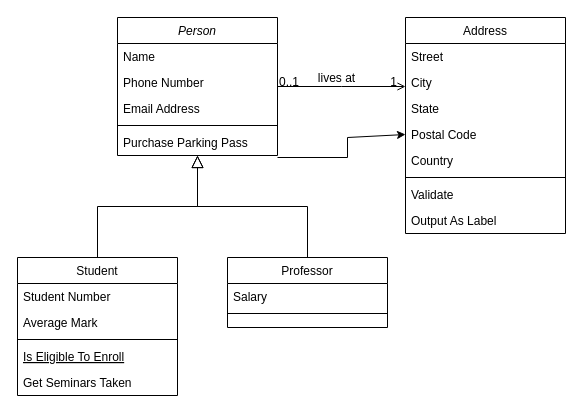
Earlier version of the draw.io diagram Untitled Diagram.drawio (Stavriana/Databases). Source tidied: cells renumbered, new cells numbered last; positions are measured from the earlier drawing's top-left corner, leaving out a move shared by most shapes. Both pictures are drawn from the tidied source at 100%, with x=0, y=0 at pixel (17, 17).
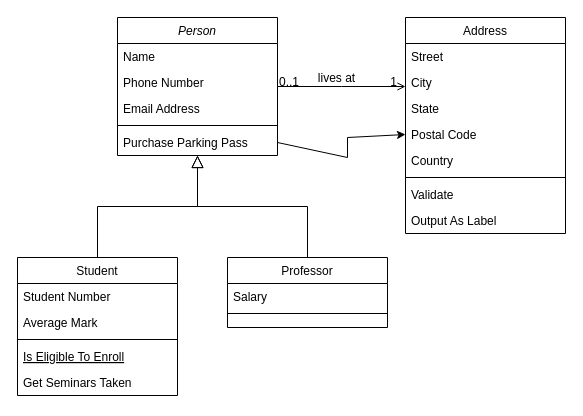
The same page after the edit.

The change refers to these unchanged cells:
```xml
<mxCell id="7" value="Purchase Parking Pass" style="text;align=left;verticalAlign=top;spacingLeft=4;spacingRight=4;overflow=hidden;points=[[0,0.5],[1,0.5]];portConstraint=eastwest;" parent="2" vertex="1">
  <mxGeometry y="112" width="160" height="26" as="geometry" />
</mxCell>
<mxCell id="23" value="Postal Code" style="text;align=left;verticalAlign=top;spacingLeft=4;spacingRight=4;overflow=hidden;points=[[0,0.5],[1,0.5]];portConstraint=eastwest;rounded=0;shadow=0;html=0;" parent="19" vertex="1">
  <mxGeometry y="104" width="160" height="26" as="geometry" />
</mxCell>
```

The edit, as a diff of the source:
```diff
@@
-    <mxCell id="32" style="endArrow=classic;html=1;rounded=0;entryX=0;entryY=0.5;entryDx=0;entryDy=0;" parent="1" edge="1" target="23">
+    <mxCell id="32" style="endArrow=classic;html=1;rounded=0;entryX=0;entryY=0.5;entryDx=0;entryDy=0;exitX=1;exitY=0.5;exitDx=0;exitDy=0;" parent="1" edge="1" source="7" target="23">
       <mxGeometry relative="1" as="geometry">
-        <mxPoint x="260" y="140" as="sourcePoint" />
         <Array as="points">
           <mxPoint x="330" y="140" />
           <mxPoint x="330" y="120" />
         </Array>
       </mxGeometry>
     </mxCell>
```
